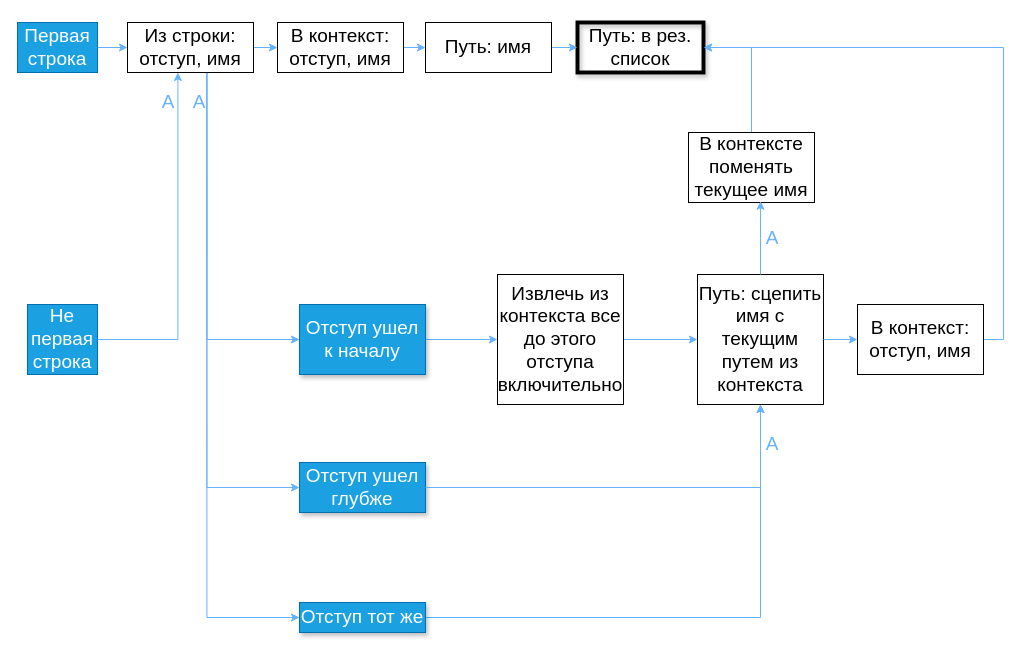
Earlier version of the draw.io diagram page "По строкам" (1 of 2) of only-tree.drawio (disco85/easytree). Source tidied: cells renumbered, new cells numbered last; positions are measured from the earlier drawing's top-left corner, leaving out a move shared by most shapes. Both pictures are drawn from the tidied source at 100%, with x=0, y=0 at pixel (17, 22).
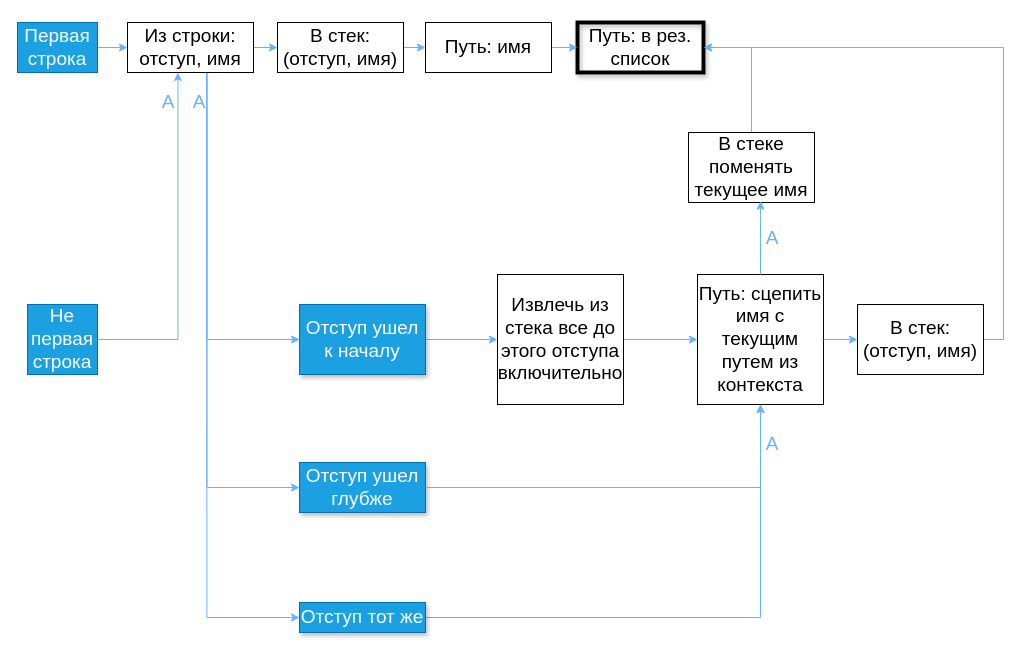
Above is the later version.

Commit message (it also covers changes not shown here):
Diagram; comments; added split-string-at

What changed in the source:
```diff
@@
-    <mxCell id="11" value="В контекст:&lt;div&gt;отступ, имя&lt;/div&gt;" style="text;html=1;whiteSpace=wrap;strokeColor=default;fillColor=none;align=center;verticalAlign=middle;rounded=0;fontSize=19;" parent="1" vertex="1">
+    <mxCell id="11" value="В стек:&lt;div&gt;(отступ, имя)&lt;/div&gt;" style="text;html=1;whiteSpace=wrap;strokeColor=default;fillColor=none;align=center;verticalAlign=middle;rounded=0;fontSize=19;" parent="1" vertex="1">
       <mxGeometry x="260" width="126" height="50" as="geometry" />
     </mxCell>
@@
-    <mxCell id="18" value="Извлечь из контекста все до этого отступа включительно" style="text;html=1;whiteSpace=wrap;strokeColor=default;fillColor=none;align=center;verticalAlign=middle;rounded=0;fontSize=19;" parent="1" vertex="1">
+    <mxCell id="18" value="Извлечь из стека все до этого отступа включительно" style="text;html=1;whiteSpace=wrap;strokeColor=default;fillColor=none;align=center;verticalAlign=middle;rounded=0;fontSize=19;" parent="1" vertex="1">
       <mxGeometry x="480" y="252" width="126" height="130" as="geometry" />
     </mxCell>
@@
-    <mxCell id="21" value="В контекст:&lt;div&gt;отступ, имя&lt;/div&gt;" style="text;html=1;whiteSpace=wrap;strokeColor=default;fillColor=none;align=center;verticalAlign=middle;rounded=0;fontSize=19;" parent="1" vertex="1">
+    <mxCell id="21" value="В стек:&lt;div&gt;(отступ, имя)&lt;/div&gt;" style="text;html=1;whiteSpace=wrap;strokeColor=default;fillColor=none;align=center;verticalAlign=middle;rounded=0;fontSize=19;" parent="1" vertex="1">
       <mxGeometry x="840" y="282" width="126" height="70" as="geometry" />
     </mxCell>
@@
-    <mxCell id="30" value="В контексте поменять текущее имя" style="text;html=1;whiteSpace=wrap;strokeColor=default;fillColor=none;align=center;verticalAlign=middle;rounded=0;fontSize=19;" parent="1" vertex="1">
+    <mxCell id="30" value="В стеке поменять текущее имя" style="text;html=1;whiteSpace=wrap;strokeColor=default;fillColor=none;align=center;verticalAlign=middle;rounded=0;fontSize=19;" parent="1" vertex="1">
       <mxGeometry x="671" y="110" width="126" height="70" as="geometry" />
     </mxCell>
```
